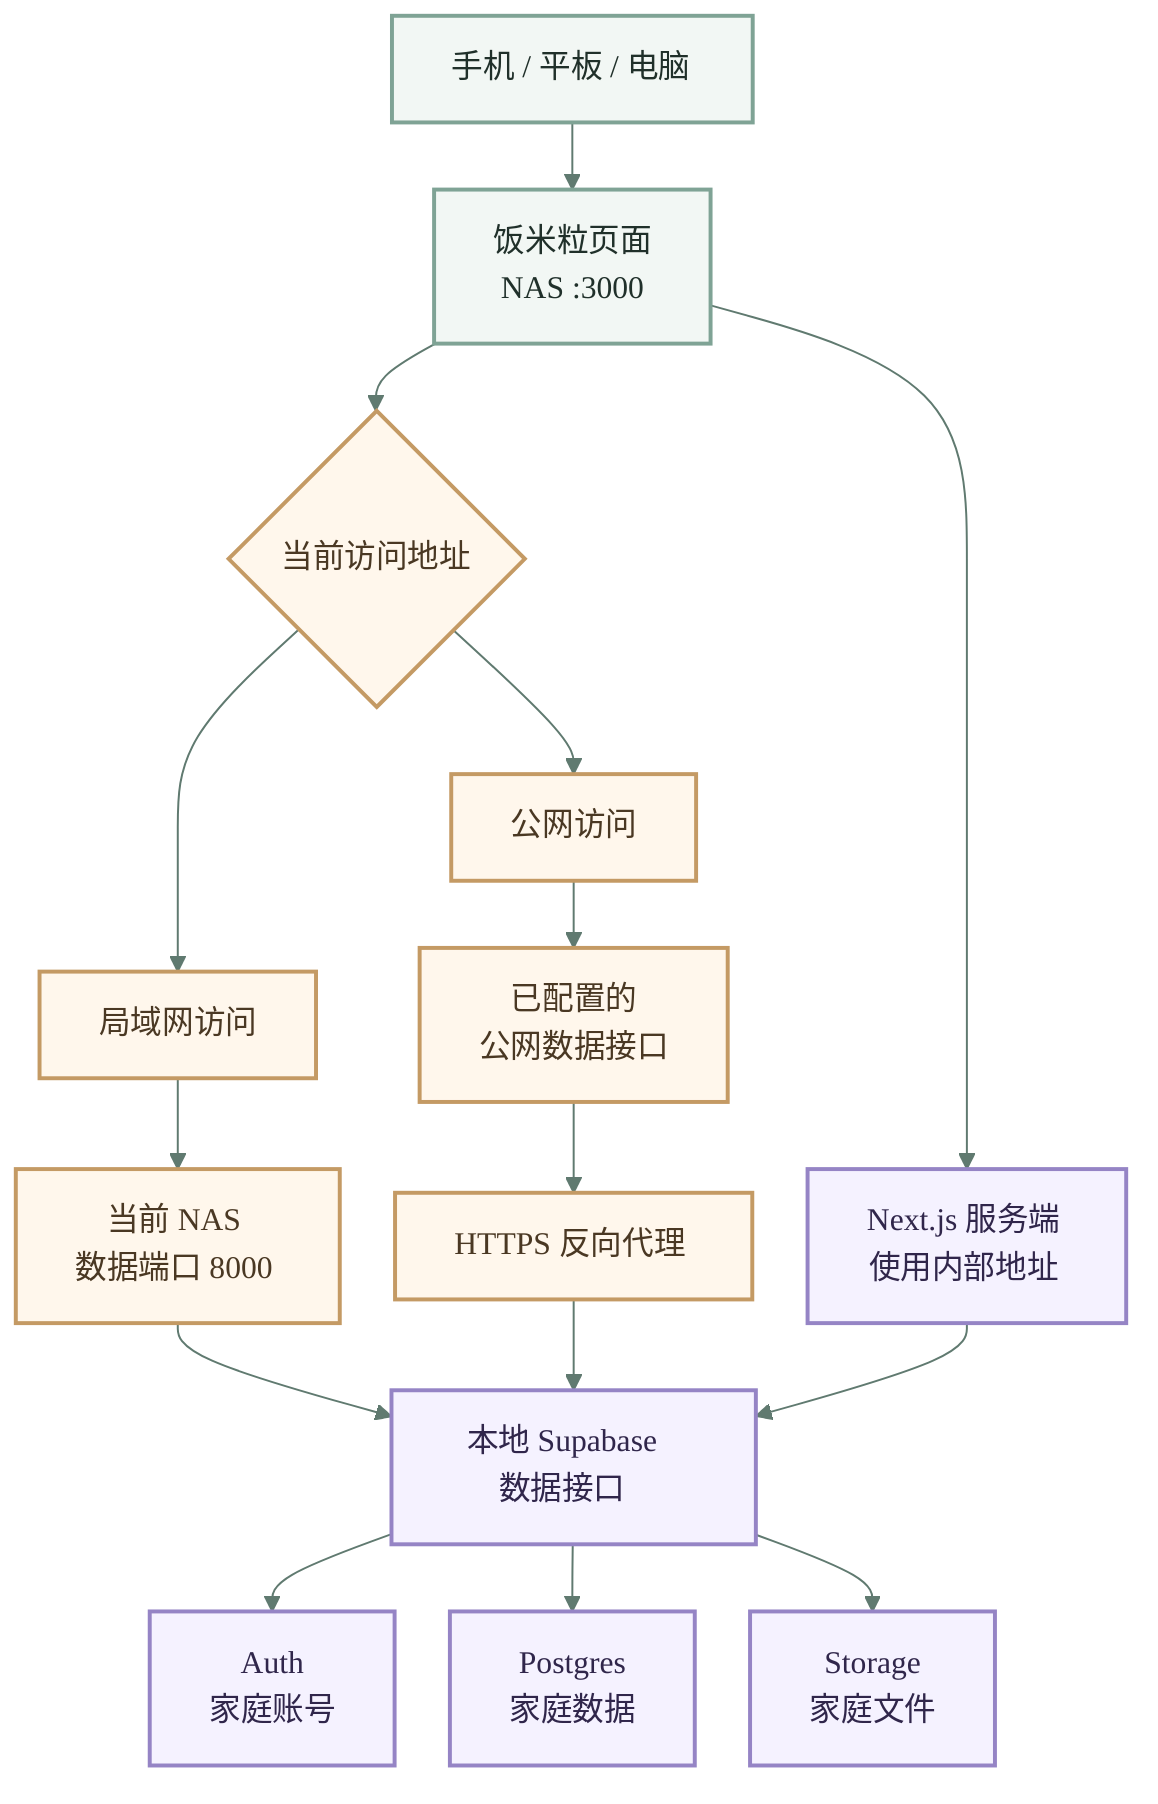
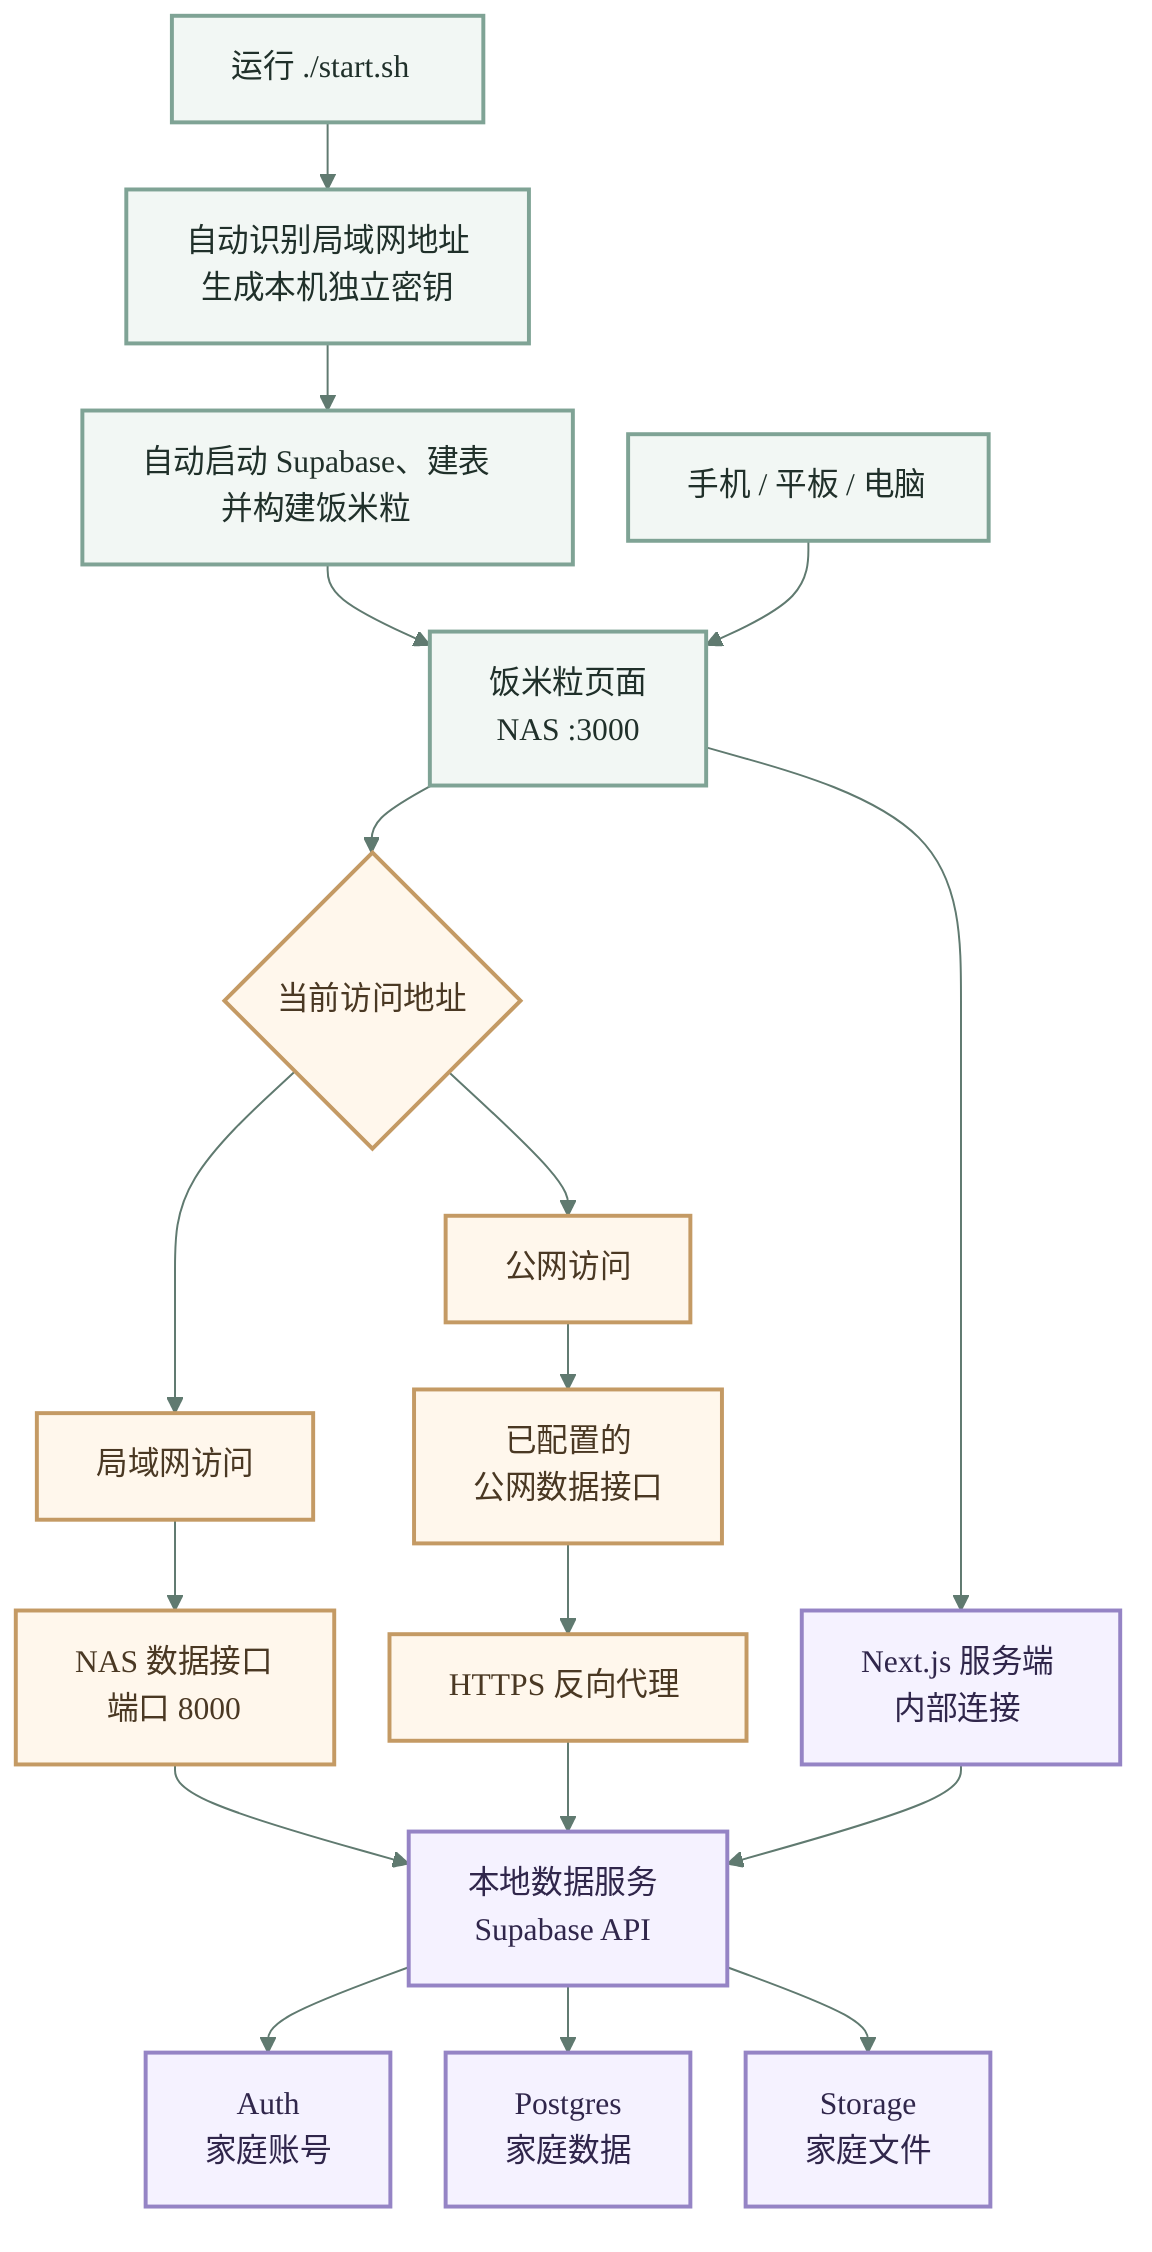
%%{init: {"theme": "base", "themeVariables": {"fontFamily": "system-ui, sans-serif", "primaryColor": "#F2F7F4", "primaryTextColor": "#20302A", "primaryBorderColor": "#7FA395", "lineColor": "#607A70", "secondaryColor": "#FFF7EC", "tertiaryColor": "#F5F2FF"}, "flowchart": {"curve": "basis", "nodeSpacing": 28, "rankSpacing": 34}}}%%
flowchart TB
+   START["运行 ./start.sh"]
+   BOOT["自动识别局域网地址<br/>生成本机独立密钥"]
+   READY["自动启动 Supabase、建表<br/>并构建饭米粒"]
  DEVICE["手机 / 平板 / 电脑"]
  APP["饭米粒页面<br/>NAS :3000"]
  PICK{"当前访问地址"}
  HOME["局域网访问"]
  AWAY["公网访问"]
-   LAN["当前 NAS<br/>数据端口 8000　"]
+   LAN["NAS 数据接口<br/>端口 8000"]
  PUBLIC["已配置的<br/>公网数据接口"]
  PROXY["HTTPS 反向代理"]
-   API["本地 Supabase　<br/>数据接口"]
+   API["本地数据服务<br/>Supabase API"]
  AUTH["Auth<br/>家庭账号"]
  DB["Postgres<br/>家庭数据"]
  STORAGE["Storage<br/>家庭文件"]
-   SERVER["Next.js 服务端<br/>使用内部地址"]
+   SERVER["Next.js 服务端<br/>内部连接"]

+   START --> BOOT --> READY --> APP
  DEVICE --> APP
  APP --> PICK
  PICK --> HOME
  PICK --> AWAY
  HOME --> LAN
  AWAY --> PUBLIC
  PUBLIC --> PROXY
  LAN --> API
  PROXY --> API
  APP --> SERVER
  SERVER --> API
  API --> AUTH
  API --> DB
  API --> STORAGE

  classDef device fill:#F2F7F4,stroke:#7FA395,color:#20302A,stroke-width:2px;
  classDef route fill:#FFF7EC,stroke:#C49A64,color:#4A3823,stroke-width:2px;
  classDef service fill:#F5F2FF,stroke:#9584C5,color:#30264B,stroke-width:2px;
-   class DEVICE,APP device;
+   class START,BOOT,READY,DEVICE,APP device;
  class PICK,HOME,AWAY,LAN,PUBLIC,PROXY route;
  class SERVER,API,AUTH,DB,STORAGE service;
